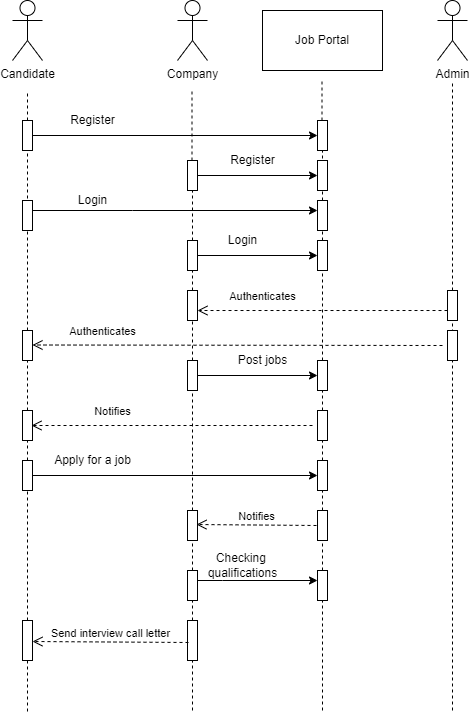
This is Day-9 Object Modelling diagrams/Online job portal/sequence-diagram.drawio.png from Mydhili-murali/ust-prograd-training, a draw.io export, as it was before one commit. Source tidied: cells renumbered, new cells last; positions are measured from the earlier drawing's top-left corner, leaving out a move shared by most shapes. Its diagram source:
```xml
<mxGraphModel>
  <root>
    <mxCell id="0" />
    <mxCell id="1" parent="0" />
    <mxCell id="2" value="Candidate" style="shape=umlActor;verticalLabelPosition=bottom;verticalAlign=top;html=1;" parent="1" vertex="1">
      <mxGeometry width="30" height="60" as="geometry" />
    </mxCell>
    <mxCell id="3" style="endArrow=none;dashed=1;html=1;rounded=0;startArrow=none;" parent="1" edge="1" source="11">
      <mxGeometry relative="1" as="geometry">
        <mxPoint x="15" y="90" as="targetPoint" />
      </mxGeometry>
    </mxCell>
    <mxCell id="4" style="endArrow=none;dashed=1;html=1;rounded=0;startArrow=none;" parent="1" edge="1" source="21">
      <mxGeometry relative="1" as="geometry">
        <mxPoint x="440" y="80" as="targetPoint" />
      </mxGeometry>
    </mxCell>
    <mxCell id="5" value="Company" style="shape=umlActor;verticalLabelPosition=bottom;verticalAlign=top;html=1;" parent="1" vertex="1">
      <mxGeometry x="165" width="30" height="60" as="geometry" />
    </mxCell>
    <mxCell id="6" value="Job Portal" style="rounded=0;whiteSpace=wrap;html=1;" parent="1" vertex="1">
      <mxGeometry x="250" y="10" width="120" height="60" as="geometry" />
    </mxCell>
    <mxCell id="7" value="Admin" style="shape=umlActor;verticalLabelPosition=bottom;verticalAlign=top;html=1;outlineConnect=0;" parent="1" vertex="1">
      <mxGeometry x="425" width="30" height="60" as="geometry" />
    </mxCell>
    <mxCell id="8" style="endArrow=none;dashed=1;html=1;rounded=0;startArrow=none;" parent="1" edge="1" source="16">
      <mxGeometry relative="1" as="geometry">
        <mxPoint x="179.5" y="90" as="targetPoint" />
      </mxGeometry>
    </mxCell>
    <mxCell id="9" style="endArrow=none;dashed=1;html=1;rounded=0;startArrow=none;" parent="1" edge="1" source="13">
      <mxGeometry relative="1" as="geometry">
        <mxPoint x="309.5" y="80" as="targetPoint" />
      </mxGeometry>
    </mxCell>
    <mxCell id="10" style="edgeStyle=orthogonalEdgeStyle;rounded=0;jettySize=auto;html=1;" parent="1" edge="1" source="11" target="13">
      <mxGeometry relative="1" as="geometry" />
    </mxCell>
    <mxCell id="11" style="html=1;points=[];perimeter=orthogonalPerimeter;" parent="1" vertex="1">
      <mxGeometry x="10" y="120" width="10" height="30" as="geometry" />
    </mxCell>
    <mxCell id="12" style="endArrow=none;dashed=1;html=1;rounded=0;startArrow=none;" parent="1" edge="1" source="37" target="11">
      <mxGeometry relative="1" as="geometry" />
    </mxCell>
    <mxCell id="13" style="html=1;points=[];perimeter=orthogonalPerimeter;" parent="1" vertex="1">
      <mxGeometry x="305" y="120" width="10" height="30" as="geometry" />
    </mxCell>
    <mxCell id="14" style="endArrow=none;dashed=1;html=1;rounded=0;startArrow=none;" parent="1" edge="1" source="27" target="13">
      <mxGeometry relative="1" as="geometry" />
    </mxCell>
    <mxCell id="15" style="edgeStyle=orthogonalEdgeStyle;rounded=0;jettySize=auto;html=1;" parent="1" edge="1" source="16" target="18">
      <mxGeometry relative="1" as="geometry" />
    </mxCell>
    <mxCell id="16" style="html=1;points=[];perimeter=orthogonalPerimeter;" parent="1" vertex="1">
      <mxGeometry x="175" y="160" width="10" height="30" as="geometry" />
    </mxCell>
    <mxCell id="17" style="endArrow=none;dashed=1;html=1;rounded=0;startArrow=none;" parent="1" edge="1" source="31" target="16">
      <mxGeometry relative="1" as="geometry" />
    </mxCell>
    <mxCell id="18" style="html=1;points=[];perimeter=orthogonalPerimeter;" parent="1" vertex="1">
      <mxGeometry x="305" y="160" width="10" height="30" as="geometry" />
    </mxCell>
    <mxCell id="19" value="Register" style="text;html=1;align=center;verticalAlign=middle;strokeColor=none;fillColor=none;" parent="1" vertex="1">
      <mxGeometry x="50" y="110" width="60" height="20" as="geometry" />
    </mxCell>
    <mxCell id="20" value="Register" style="text;html=1;align=center;verticalAlign=middle;strokeColor=none;fillColor=none;" parent="1" vertex="1">
      <mxGeometry x="210" y="150" width="60" height="20" as="geometry" />
    </mxCell>
    <mxCell id="21" style="html=1;points=[];perimeter=orthogonalPerimeter;" parent="1" vertex="1">
      <mxGeometry x="435" y="290" width="10" height="30" as="geometry" />
    </mxCell>
    <mxCell id="22" style="endArrow=none;dashed=1;html=1;rounded=0;startArrow=none;" parent="1" edge="1" target="21">
      <mxGeometry relative="1" as="geometry">
        <mxPoint x="440" y="710" as="sourcePoint" />
      </mxGeometry>
    </mxCell>
    <mxCell id="23" style="html=1;points=[];perimeter=orthogonalPerimeter;" parent="1" vertex="1">
      <mxGeometry x="175" y="290" width="10" height="30" as="geometry" />
    </mxCell>
    <mxCell id="24" style="endArrow=none;dashed=1;html=1;rounded=0;startArrow=none;" parent="1" edge="1" source="42" target="23">
      <mxGeometry relative="1" as="geometry" />
    </mxCell>
    <mxCell id="25" style="edgeStyle=orthogonalEdgeStyle;rounded=0;jettySize=auto;html=1;" parent="1" edge="1" source="26" target="27">
      <mxGeometry relative="1" as="geometry">
        <Array as="points">
          <mxPoint x="120" y="210" />
          <mxPoint x="120" y="210" />
        </Array>
      </mxGeometry>
    </mxCell>
    <mxCell id="26" style="html=1;points=[];perimeter=orthogonalPerimeter;" parent="1" vertex="1">
      <mxGeometry x="10" y="200" width="10" height="30" as="geometry" />
    </mxCell>
    <mxCell id="27" style="html=1;points=[];perimeter=orthogonalPerimeter;" parent="1" vertex="1">
      <mxGeometry x="305" y="200" width="10" height="30" as="geometry" />
    </mxCell>
    <mxCell id="28" style="endArrow=none;dashed=1;html=1;rounded=0;startArrow=none;" parent="1" edge="1" source="33" target="27">
      <mxGeometry relative="1" as="geometry" />
    </mxCell>
    <mxCell id="29" value="Login" style="text;html=1;align=center;verticalAlign=middle;strokeColor=none;fillColor=none;" parent="1" vertex="1">
      <mxGeometry x="60" y="190" width="40" height="20" as="geometry" />
    </mxCell>
    <mxCell id="30" style="edgeStyle=orthogonalEdgeStyle;rounded=0;jettySize=auto;html=1;" parent="1" edge="1" source="31" target="33">
      <mxGeometry relative="1" as="geometry" />
    </mxCell>
    <mxCell id="31" style="html=1;points=[];perimeter=orthogonalPerimeter;" parent="1" vertex="1">
      <mxGeometry x="175" y="240" width="10" height="30" as="geometry" />
    </mxCell>
    <mxCell id="32" style="endArrow=none;dashed=1;html=1;rounded=0;startArrow=none;" parent="1" edge="1" source="23" target="31">
      <mxGeometry relative="1" as="geometry" />
    </mxCell>
    <mxCell id="33" style="html=1;points=[];perimeter=orthogonalPerimeter;" parent="1" vertex="1">
      <mxGeometry x="305" y="240" width="10" height="30" as="geometry" />
    </mxCell>
    <mxCell id="34" style="endArrow=none;dashed=1;html=1;rounded=0;startArrow=none;" parent="1" edge="1" source="44" target="33">
      <mxGeometry relative="1" as="geometry" />
    </mxCell>
    <mxCell id="35" value="Login" style="text;html=1;align=center;verticalAlign=middle;strokeColor=none;fillColor=none;" parent="1" vertex="1">
      <mxGeometry x="210" y="230" width="40" height="20" as="geometry" />
    </mxCell>
    <mxCell id="36" value="Authenticates" style="html=1;verticalAlign=bottom;endArrow=open;dashed=1;endSize=8;rounded=0;entryX=1;entryY=0.667;entryDx=0;entryDy=0;entryPerimeter=0;" parent="1" edge="1" source="21" target="23">
      <mxGeometry x="0.48" y="-5" relative="1" as="geometry" />
    </mxCell>
    <mxCell id="37" style="html=1;points=[];perimeter=orthogonalPerimeter;" parent="1" vertex="1">
      <mxGeometry x="10" y="330" width="10" height="30" as="geometry" />
    </mxCell>
    <mxCell id="38" style="endArrow=none;dashed=1;html=1;rounded=0;startArrow=none;" parent="1" edge="1" source="47" target="37">
      <mxGeometry relative="1" as="geometry" />
    </mxCell>
    <mxCell id="39" style="html=1;perimeter=orthogonalPerimeter;" parent="1" vertex="1">
      <mxGeometry x="435" y="330" width="10" height="30" as="geometry" />
    </mxCell>
    <mxCell id="40" value="Authenticates" style="html=1;verticalAlign=bottom;endArrow=open;dashed=1;endSize=8;rounded=0;entryX=1;entryY=0.667;entryDx=0;entryDy=0;entryPerimeter=0;" parent="1" edge="1">
      <mxGeometry x="0.66" y="-5" relative="1" as="geometry">
        <mxPoint x="430" y="345" as="sourcePoint" />
        <mxPoint x="20" y="344.5" as="targetPoint" />
      </mxGeometry>
    </mxCell>
    <mxCell id="41" style="edgeStyle=orthogonalEdgeStyle;rounded=0;jettySize=auto;html=1;" parent="1" edge="1" source="42" target="44">
      <mxGeometry relative="1" as="geometry" />
    </mxCell>
    <mxCell id="42" style="html=1;points=[];perimeter=orthogonalPerimeter;" parent="1" vertex="1">
      <mxGeometry x="175" y="360" width="10" height="30" as="geometry" />
    </mxCell>
    <mxCell id="43" style="endArrow=none;dashed=1;html=1;rounded=0;startArrow=none;" parent="1" edge="1" source="53" target="42">
      <mxGeometry relative="1" as="geometry" />
    </mxCell>
    <mxCell id="44" style="html=1;points=[];perimeter=orthogonalPerimeter;" parent="1" vertex="1">
      <mxGeometry x="305" y="360" width="10" height="30" as="geometry" />
    </mxCell>
    <mxCell id="45" style="endArrow=none;dashed=1;html=1;rounded=0;startArrow=none;" parent="1" edge="1" source="49" target="44">
      <mxGeometry relative="1" as="geometry" />
    </mxCell>
    <mxCell id="46" value="Post jobs" style="text;html=1;align=center;verticalAlign=middle;strokeColor=none;fillColor=none;" parent="1" vertex="1">
      <mxGeometry x="220" y="350" width="60" height="20" as="geometry" />
    </mxCell>
    <mxCell id="47" style="html=1;points=[];perimeter=orthogonalPerimeter;" parent="1" vertex="1">
      <mxGeometry x="10" y="410" width="10" height="30" as="geometry" />
    </mxCell>
    <mxCell id="48" style="endArrow=none;dashed=1;html=1;rounded=0;startArrow=none;" parent="1" edge="1" source="69" target="47">
      <mxGeometry relative="1" as="geometry" />
    </mxCell>
    <mxCell id="49" style="html=1;points=[];perimeter=orthogonalPerimeter;" parent="1" vertex="1">
      <mxGeometry x="305" y="410" width="10" height="30" as="geometry" />
    </mxCell>
    <mxCell id="50" style="endArrow=none;dashed=1;html=1;rounded=0;startArrow=none;" parent="1" edge="1" source="71" target="49">
      <mxGeometry relative="1" as="geometry" />
    </mxCell>
    <mxCell id="51" style="html=1;points=[];perimeter=orthogonalPerimeter;" parent="1" vertex="1">
      <mxGeometry x="305" y="510" width="10" height="30" as="geometry" />
    </mxCell>
    <mxCell id="52" style="endArrow=none;dashed=1;html=1;rounded=0;startArrow=none;" parent="1" edge="1" source="59" target="51">
      <mxGeometry relative="1" as="geometry" />
    </mxCell>
    <mxCell id="53" style="html=1;points=[];perimeter=orthogonalPerimeter;" parent="1" vertex="1">
      <mxGeometry x="175" y="510" width="10" height="30" as="geometry" />
    </mxCell>
    <mxCell id="54" style="endArrow=none;dashed=1;html=1;rounded=0;startArrow=none;" parent="1" edge="1" source="57" target="53">
      <mxGeometry relative="1" as="geometry" />
    </mxCell>
    <mxCell id="55" value="Notifies" style="html=1;verticalAlign=bottom;endArrow=open;dashed=1;endSize=8;rounded=0;entryX=0.9;entryY=0.467;entryDx=0;entryDy=0;entryPerimeter=0;exitX=-0.1;exitY=0.5;exitDx=0;exitDy=0;exitPerimeter=0;" parent="1" edge="1" source="51" target="53">
      <mxGeometry relative="1" as="geometry" />
    </mxCell>
    <mxCell id="56" style="edgeStyle=orthogonalEdgeStyle;rounded=0;jettySize=auto;html=1;" parent="1" edge="1" source="57" target="59">
      <mxGeometry relative="1" as="geometry">
        <Array as="points">
          <mxPoint x="210" y="580" />
          <mxPoint x="210" y="580" />
        </Array>
      </mxGeometry>
    </mxCell>
    <mxCell id="57" style="html=1;points=[];perimeter=orthogonalPerimeter;" parent="1" vertex="1">
      <mxGeometry x="175" y="570" width="10" height="30" as="geometry" />
    </mxCell>
    <mxCell id="58" style="endArrow=none;dashed=1;html=1;rounded=0;startArrow=none;" parent="1" edge="1" source="62" target="57">
      <mxGeometry relative="1" as="geometry" />
    </mxCell>
    <mxCell id="59" style="html=1;points=[];perimeter=orthogonalPerimeter;" parent="1" vertex="1">
      <mxGeometry x="305" y="570" width="10" height="30" as="geometry" />
    </mxCell>
    <mxCell id="60" style="endArrow=none;dashed=1;html=1;rounded=0;startArrow=none;" parent="1" edge="1" target="59">
      <mxGeometry relative="1" as="geometry">
        <mxPoint x="310" y="710" as="sourcePoint" />
      </mxGeometry>
    </mxCell>
    <mxCell id="61" value="Checking &lt;br&gt;qualifications" style="text;html=1;align=center;verticalAlign=middle;strokeColor=none;fillColor=none;" parent="1" vertex="1">
      <mxGeometry x="190" y="550" width="80" height="30" as="geometry" />
    </mxCell>
    <mxCell id="62" style="html=1;points=[];perimeter=orthogonalPerimeter;" parent="1" vertex="1">
      <mxGeometry x="175" y="620" width="10" height="40" as="geometry" />
    </mxCell>
    <mxCell id="63" style="endArrow=none;dashed=1;html=1;rounded=0;startArrow=none;" parent="1" edge="1" target="62">
      <mxGeometry relative="1" as="geometry">
        <mxPoint x="180" y="710" as="sourcePoint" />
      </mxGeometry>
    </mxCell>
    <mxCell id="64" value="Send interview call letter" style="html=1;verticalAlign=bottom;endArrow=open;dashed=1;endSize=8;rounded=0;entryX=1;entryY=0.525;entryDx=0;entryDy=0;entryPerimeter=0;exitX=0.1;exitY=0.55;exitDx=0;exitDy=0;exitPerimeter=0;" parent="1" edge="1" source="62" target="66">
      <mxGeometry relative="1" as="geometry" />
    </mxCell>
    <mxCell id="65" value="Notifies" style="html=1;verticalAlign=bottom;endArrow=open;dashed=1;endSize=8;rounded=0;entryX=0.9;entryY=0.5;entryDx=0;entryDy=0;entryPerimeter=0;" parent="1" edge="1" target="47">
      <mxGeometry x="0.42" y="-5" relative="1" as="geometry">
        <mxPoint x="300" y="425" as="sourcePoint" />
      </mxGeometry>
    </mxCell>
    <mxCell id="66" style="html=1;points=[];perimeter=orthogonalPerimeter;" parent="1" vertex="1">
      <mxGeometry x="10" y="620" width="10" height="40" as="geometry" />
    </mxCell>
    <mxCell id="67" style="endArrow=none;dashed=1;html=1;rounded=0;" parent="1" edge="1" target="66">
      <mxGeometry relative="1" as="geometry">
        <mxPoint x="15" y="711" as="sourcePoint" />
      </mxGeometry>
    </mxCell>
    <mxCell id="68" style="edgeStyle=orthogonalEdgeStyle;rounded=0;jettySize=auto;html=1;" parent="1" edge="1" source="69" target="71">
      <mxGeometry relative="1" as="geometry" />
    </mxCell>
    <mxCell id="69" style="html=1;points=[];perimeter=orthogonalPerimeter;" parent="1" vertex="1">
      <mxGeometry x="10" y="460" width="10" height="30" as="geometry" />
    </mxCell>
    <mxCell id="70" style="endArrow=none;dashed=1;html=1;rounded=0;startArrow=none;" parent="1" edge="1" source="66" target="69">
      <mxGeometry relative="1" as="geometry" />
    </mxCell>
    <mxCell id="71" style="html=1;points=[];perimeter=orthogonalPerimeter;" parent="1" vertex="1">
      <mxGeometry x="305" y="460" width="10" height="30" as="geometry" />
    </mxCell>
    <mxCell id="72" style="endArrow=none;dashed=1;html=1;rounded=0;startArrow=none;" parent="1" edge="1" source="51" target="71">
      <mxGeometry relative="1" as="geometry" />
    </mxCell>
    <mxCell id="73" value="Apply for a job" style="text;html=1;align=center;verticalAlign=middle;strokeColor=none;fillColor=none;" parent="1" vertex="1">
      <mxGeometry x="35" y="450" width="90" height="20" as="geometry" />
    </mxCell>
  </root>
</mxGraphModel>
```
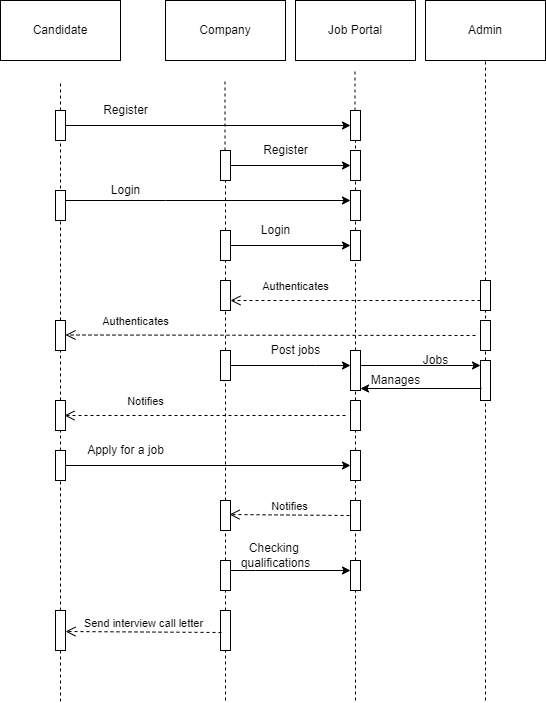
The same diagram one commit later.

What changed in the source:
```diff
@@ -2,28 +2,17 @@
   <root>
     <mxCell id="0" />
     <mxCell id="1" parent="0" />
-    <mxCell id="2" value="Candidate" style="shape=umlActor;verticalLabelPosition=bottom;verticalAlign=top;html=1;" parent="1" vertex="1">
-      <mxGeometry width="30" height="60" as="geometry" />
-    </mxCell>
     <mxCell id="3" style="endArrow=none;dashed=1;html=1;rounded=0;startArrow=none;" parent="1" edge="1" source="11">
       <mxGeometry relative="1" as="geometry">
         <mxPoint x="15" y="90" as="targetPoint" />
       </mxGeometry>
     </mxCell>
-    <mxCell id="4" style="endArrow=none;dashed=1;html=1;rounded=0;startArrow=none;" parent="1" edge="1" source="21">
-      <mxGeometry relative="1" as="geometry">
-        <mxPoint x="440" y="80" as="targetPoint" />
-      </mxGeometry>
+    <mxCell id="4" style="endArrow=none;dashed=1;html=1;rounded=0;startArrow=none;entryX=0.5;entryY=1;entryDx=0;entryDy=0;" parent="1" edge="1" source="21" target="7">
+      <mxGeometry relative="1" as="geometry" />
     </mxCell>
-    <mxCell id="5" value="Company" style="shape=umlActor;verticalLabelPosition=bottom;verticalAlign=top;html=1;" parent="1" vertex="1">
-      <mxGeometry x="165" width="30" height="60" as="geometry" />
-    </mxCell>
     <mxCell id="6" value="Job Portal" style="rounded=0;whiteSpace=wrap;html=1;" parent="1" vertex="1">
       <mxGeometry x="250" y="10" width="120" height="60" as="geometry" />
     </mxCell>
-    <mxCell id="7" value="Admin" style="shape=umlActor;verticalLabelPosition=bottom;verticalAlign=top;html=1;outlineConnect=0;" parent="1" vertex="1">
-      <mxGeometry x="425" width="30" height="60" as="geometry" />
-    </mxCell>
     <mxCell id="8" style="endArrow=none;dashed=1;html=1;rounded=0;startArrow=none;" parent="1" edge="1" source="16">
       <mxGeometry relative="1" as="geometry">
         <mxPoint x="179.5" y="90" as="targetPoint" />
@@ -70,10 +59,8 @@
     <mxCell id="21" style="html=1;points=[];perimeter=orthogonalPerimeter;" parent="1" vertex="1">
       <mxGeometry x="435" y="290" width="10" height="30" as="geometry" />
     </mxCell>
-    <mxCell id="22" style="endArrow=none;dashed=1;html=1;rounded=0;startArrow=none;" parent="1" edge="1" target="21">
-      <mxGeometry relative="1" as="geometry">
-        <mxPoint x="440" y="710" as="sourcePoint" />
-      </mxGeometry>
+    <mxCell id="22" style="endArrow=none;dashed=1;html=1;rounded=0;startArrow=none;" parent="1" edge="1" source="75" target="21">
+      <mxGeometry relative="1" as="geometry" />
     </mxCell>
     <mxCell id="23" style="html=1;points=[];perimeter=orthogonalPerimeter;" parent="1" vertex="1">
       <mxGeometry x="175" y="290" width="10" height="30" as="geometry" />
@@ -138,7 +125,12 @@
       </mxGeometry>
     </mxCell>
     <mxCell id="41" style="edgeStyle=orthogonalEdgeStyle;rounded=0;jettySize=auto;html=1;" parent="1" edge="1" source="42" target="44">
-      <mxGeometry relative="1" as="geometry" />
+      <mxGeometry relative="1" as="geometry">
+        <Array as="points">
+          <mxPoint x="270" y="375" />
+          <mxPoint x="270" y="375" />
+        </Array>
+      </mxGeometry>
     </mxCell>
     <mxCell id="42" style="html=1;points=[];perimeter=orthogonalPerimeter;" parent="1" vertex="1">
       <mxGeometry x="175" y="360" width="10" height="30" as="geometry" />
@@ -146,8 +138,16 @@
     <mxCell id="43" style="endArrow=none;dashed=1;html=1;rounded=0;startArrow=none;" parent="1" edge="1" source="53" target="42">
       <mxGeometry relative="1" as="geometry" />
     </mxCell>
+    <mxCell id="74" style="edgeStyle=orthogonalEdgeStyle;rounded=0;jettySize=auto;html=1;" parent="1" edge="1" source="44" target="75">
+      <mxGeometry relative="1" as="geometry">
+        <Array as="points">
+          <mxPoint x="400" y="375" />
+          <mxPoint x="400" y="375" />
+        </Array>
+      </mxGeometry>
+    </mxCell>
     <mxCell id="44" style="html=1;points=[];perimeter=orthogonalPerimeter;" parent="1" vertex="1">
-      <mxGeometry x="305" y="360" width="10" height="30" as="geometry" />
+      <mxGeometry x="305" y="360" width="10" height="40" as="geometry" />
     </mxCell>
     <mxCell id="45" style="endArrow=none;dashed=1;html=1;rounded=0;startArrow=none;" parent="1" edge="1" source="49" target="44">
       <mxGeometry relative="1" as="geometry" />
@@ -249,5 +249,31 @@
     <mxCell id="73" value="Apply for a job" style="text;html=1;align=center;verticalAlign=middle;strokeColor=none;fillColor=none;" parent="1" vertex="1">
       <mxGeometry x="35" y="450" width="90" height="20" as="geometry" />
     </mxCell>
+    <mxCell id="5" value="Company" style="rounded=0;whiteSpace=wrap;html=1;" parent="1" vertex="1">
+      <mxGeometry x="120" y="10" width="120" height="60" as="geometry" />
+    </mxCell>
+    <mxCell id="2" value="Candidate" style="rounded=0;whiteSpace=wrap;html=1;" parent="1" vertex="1">
+      <mxGeometry x="-45" y="10" width="120" height="60" as="geometry" />
+    </mxCell>
+    <mxCell id="75" style="html=1;points=[];perimeter=orthogonalPerimeter;" parent="1" vertex="1">
+      <mxGeometry x="435" y="370" width="10" height="40" as="geometry" />
+    </mxCell>
+    <mxCell id="76" style="endArrow=none;dashed=1;html=1;rounded=0;startArrow=none;" parent="1" edge="1" target="75">
+      <mxGeometry relative="1" as="geometry">
+        <mxPoint x="440" y="710" as="sourcePoint" />
+      </mxGeometry>
+    </mxCell>
+    <mxCell id="77" style="endArrow=classic;html=1;rounded=0;entryX=1;entryY=0.95;entryDx=0;entryDy=0;entryPerimeter=0;exitX=0.1;exitY=0.7;exitDx=0;exitDy=0;exitPerimeter=0;" parent="1" edge="1" source="75" target="44">
+      <mxGeometry relative="1" as="geometry" />
+    </mxCell>
+    <mxCell id="78" value="Manages" style="text;html=1;align=center;verticalAlign=middle;strokeColor=none;fillColor=none;" parent="1" vertex="1">
+      <mxGeometry x="320" y="380" width="60" height="20" as="geometry" />
+    </mxCell>
+    <mxCell id="79" value="Jobs" style="text;html=1;align=center;verticalAlign=middle;strokeColor=none;fillColor=none;" parent="1" vertex="1">
+      <mxGeometry x="370" y="360" width="40" height="20" as="geometry" />
+    </mxCell>
+    <mxCell id="7" value="Admin" style="rounded=0;whiteSpace=wrap;html=1;" parent="1" vertex="1">
+      <mxGeometry x="380" y="10" width="120" height="60" as="geometry" />
+    </mxCell>
   </root>
 </mxGraphModel>
```
